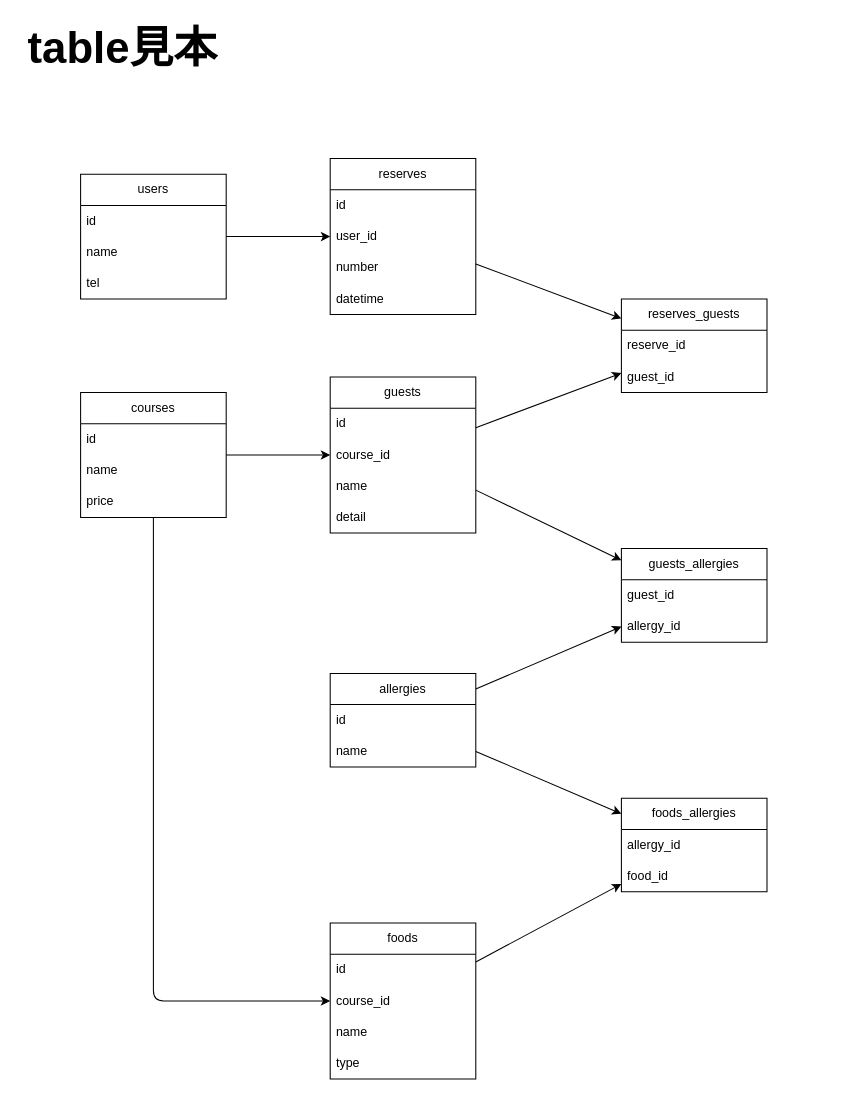
suna963019/hotel_project keeps this draw.io diagram as tables.drawio. Above is the earlier version. Source tidied: cells renumbered, new cells numbered last; positions are measured from the earlier drawing's top-left corner, leaving out a move shared by most shapes. Both pictures are drawn from the tidied source at 104%, with x=0, y=0 at pixel (18, 18).
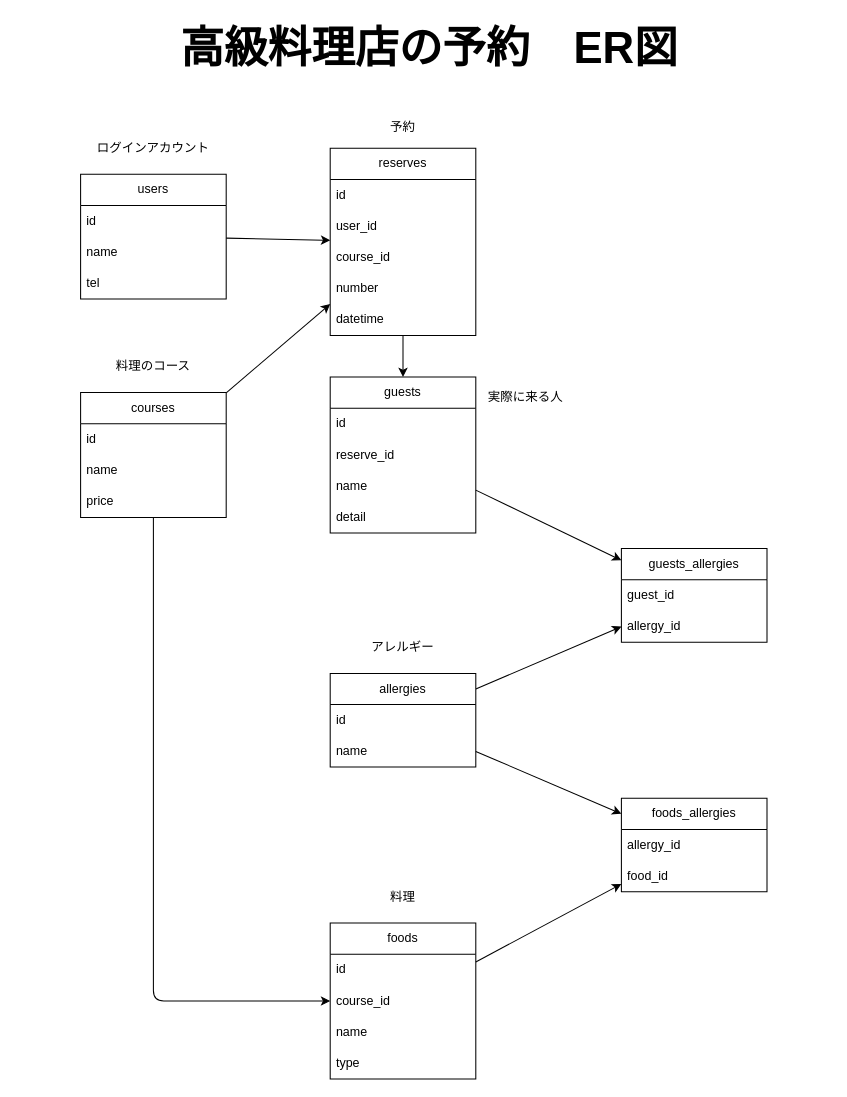
Above is the later version.

Commit message (it also covers changes not shown here):
テーブルの修正とレイアウトの作成

Unchanged cells that the change refers to:
```xml
<mxCell id="15" value="courses" style="swimlane;fontStyle=0;horizontal=1;startSize=30;whiteSpace=wrap;html=1;" parent="1" vertex="1">
  <mxGeometry x="60" y="360" width="140" height="120" as="geometry" />
</mxCell>
<mxCell id="24" value="guests" style="swimlane;fontStyle=0;horizontal=1;startSize=30;whiteSpace=wrap;html=1;" parent="1" vertex="1">
  <mxGeometry x="300" y="345" width="140" height="150" as="geometry" />
</mxCell>
```

Change to the diagram source:
```diff
@@
-    <mxCell id="7" style="edgeStyle=none;html=1;" parent="1" edge="1" source="8" target="19">
-      <mxGeometry relative="1" as="geometry" />
-    </mxCell>
+    <mxCell id="47" style="edgeStyle=none;html=1;" parent="1" edge="1" source="8" target="24">
+      <mxGeometry relative="1" as="geometry" />
+    </mxCell>
     <mxCell id="8" value="reserves" style="swimlane;fontStyle=0;horizontal=1;startSize=30;whiteSpace=wrap;html=1;" parent="1" vertex="1">
-      <mxGeometry x="300" y="135" width="140" height="150" as="geometry" />
+      <mxGeometry x="300" y="125" width="140" height="180" as="geometry" />
     </mxCell>
@@
+    <mxCell id="26" value="course_id" style="text;strokeColor=none;fillColor=none;align=left;verticalAlign=middle;spacingLeft=4;spacingRight=4;overflow=hidden;whiteSpace=wrap;html=1;" parent="8" vertex="1">
+      <mxGeometry y="90" width="140" height="30" as="geometry" />
+    </mxCell>
     <mxCell id="11" value="number" style="text;strokeColor=none;fillColor=none;align=left;verticalAlign=middle;spacingLeft=4;spacingRight=4;overflow=hidden;whiteSpace=wrap;html=1;" parent="8" vertex="1">
-      <mxGeometry y="90" width="140" height="30" as="geometry" />
+      <mxGeometry y="120" width="140" height="30" as="geometry" />
     </mxCell>
     <mxCell id="12" value="datetime" style="text;strokeColor=none;fillColor=none;align=left;verticalAlign=middle;spacingLeft=4;spacingRight=4;overflow=hidden;whiteSpace=wrap;html=1;" parent="8" vertex="1">
-      <mxGeometry y="120" width="140" height="30" as="geometry" />
+      <mxGeometry y="150" width="140" height="30" as="geometry" />
     </mxCell>
-    <mxCell id="13" style="edgeStyle=none;html=1;" parent="1" edge="1" source="15" target="24">
+    <mxCell id="13" style="edgeStyle=none;html=1;" parent="1" edge="1" source="15" target="8">
       <mxGeometry relative="1" as="geometry" />
     </mxCell>
@@
-    <mxCell id="19" value="reserves_guests" style="swimlane;fontStyle=0;horizontal=1;startSize=30;whiteSpace=wrap;html=1;" parent="1" vertex="1">
-      <mxGeometry x="580" y="270" width="140" height="90" as="geometry" />
-    </mxCell>
-    <mxCell id="20" value="reserve_id" style="text;strokeColor=none;fillColor=none;align=left;verticalAlign=middle;spacingLeft=4;spacingRight=4;overflow=hidden;whiteSpace=wrap;html=1;" parent="19" vertex="1">
-      <mxGeometry y="30" width="140" height="30" as="geometry" />
-    </mxCell>
-    <mxCell id="21" value="guest_id" style="text;strokeColor=none;fillColor=none;align=left;verticalAlign=middle;spacingLeft=4;spacingRight=4;overflow=hidden;whiteSpace=wrap;html=1;" parent="19" vertex="1">
-      <mxGeometry y="60" width="140" height="30" as="geometry" />
-    </mxCell>
-    <mxCell id="22" style="edgeStyle=none;html=1;" parent="1" edge="1" source="24" target="19">
-      <mxGeometry relative="1" as="geometry" />
-    </mxCell>
@@
-    <mxCell id="26" value="course_id" style="text;strokeColor=none;fillColor=none;align=left;verticalAlign=middle;spacingLeft=4;spacingRight=4;overflow=hidden;whiteSpace=wrap;html=1;" parent="24" vertex="1">
-      <mxGeometry y="60" width="140" height="30" as="geometry" />
-    </mxCell>
+    <mxCell id="20" value="reserve_id" style="text;strokeColor=none;fillColor=none;align=left;verticalAlign=middle;spacingLeft=4;spacingRight=4;overflow=hidden;whiteSpace=wrap;html=1;" parent="24" vertex="1">
+      <mxGeometry y="60" width="140" height="30" as="geometry" />
+    </mxCell>
@@
-    <mxCell id="29" value="table見本" style="text;strokeColor=none;fillColor=none;html=1;fontSize=42;fontStyle=1;verticalAlign=middle;align=center;" parent="1" vertex="1">
-      <mxGeometry width="200" height="60" as="geometry" />
+    <mxCell id="29" value="高級料理店の予約　ER図" style="text;strokeColor=none;fillColor=none;html=1;fontSize=42;fontStyle=1;verticalAlign=middle;align=center;" parent="1" vertex="1">
+      <mxGeometry x="10" width="770" height="60" as="geometry" />
     </mxCell>
@@
+    <mxCell id="48" value="料理のコース" style="text;html=1;strokeColor=none;fillColor=none;align=center;verticalAlign=middle;whiteSpace=wrap;rounded=0;" parent="1" vertex="1">
+      <mxGeometry x="60" y="320" width="140" height="30" as="geometry" />
+    </mxCell>
+    <mxCell id="49" value="実際に来る人" style="text;html=1;strokeColor=none;fillColor=none;align=center;verticalAlign=middle;whiteSpace=wrap;rounded=0;" parent="1" vertex="1">
+      <mxGeometry x="440" y="350" width="96" height="30" as="geometry" />
+    </mxCell>
+    <mxCell id="50" value="料理" style="text;html=1;strokeColor=none;fillColor=none;align=center;verticalAlign=middle;whiteSpace=wrap;rounded=0;" parent="1" vertex="1">
+      <mxGeometry x="300" y="830" width="140" height="30" as="geometry" />
+    </mxCell>
+    <mxCell id="51" value="アレルギー" style="text;html=1;strokeColor=none;fillColor=none;align=center;verticalAlign=middle;whiteSpace=wrap;rounded=0;" parent="1" vertex="1">
+      <mxGeometry x="300" y="590" width="140" height="30" as="geometry" />
+    </mxCell>
+    <mxCell id="52" value="ログインアカウント" style="text;html=1;strokeColor=none;fillColor=none;align=center;verticalAlign=middle;whiteSpace=wrap;rounded=0;" parent="1" vertex="1">
+      <mxGeometry x="60" y="110" width="140" height="30" as="geometry" />
+    </mxCell>
+    <mxCell id="53" value="予約" style="text;html=1;strokeColor=none;fillColor=none;align=center;verticalAlign=middle;whiteSpace=wrap;rounded=0;" parent="1" vertex="1">
+      <mxGeometry x="300" y="90" width="140" height="30" as="geometry" />
+    </mxCell>
```
